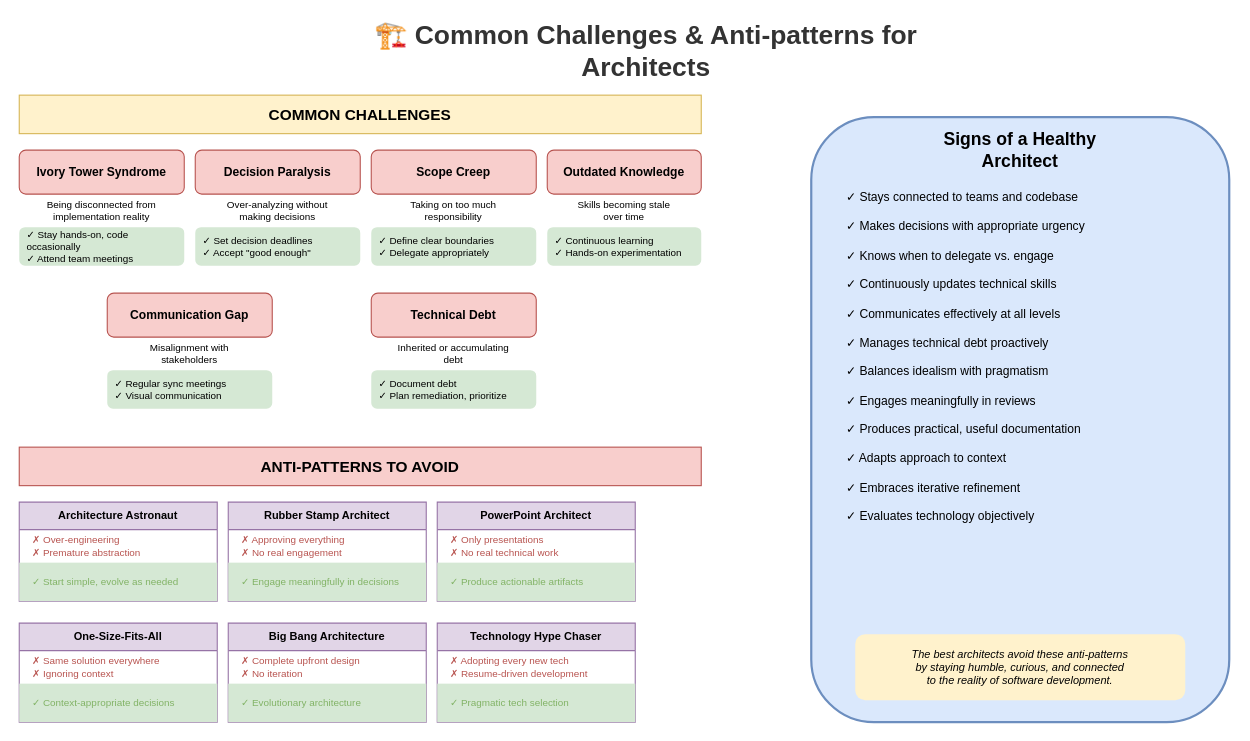
Earlier version of the draw.io diagram lesson-00-software-architect-overview/diagrams/3.1-challenges-antipatterns.drawio (MrParkerZ7/document-lesson-software-architect-x-claude). Source tidied: cells renumbered, new cells numbered last; positions are measured from the earlier drawing's top-left corner, leaving out a move shared by most shapes. Both pictures are drawn from the tidied source at 110%, with x=0, y=0 at pixel (19, 29).
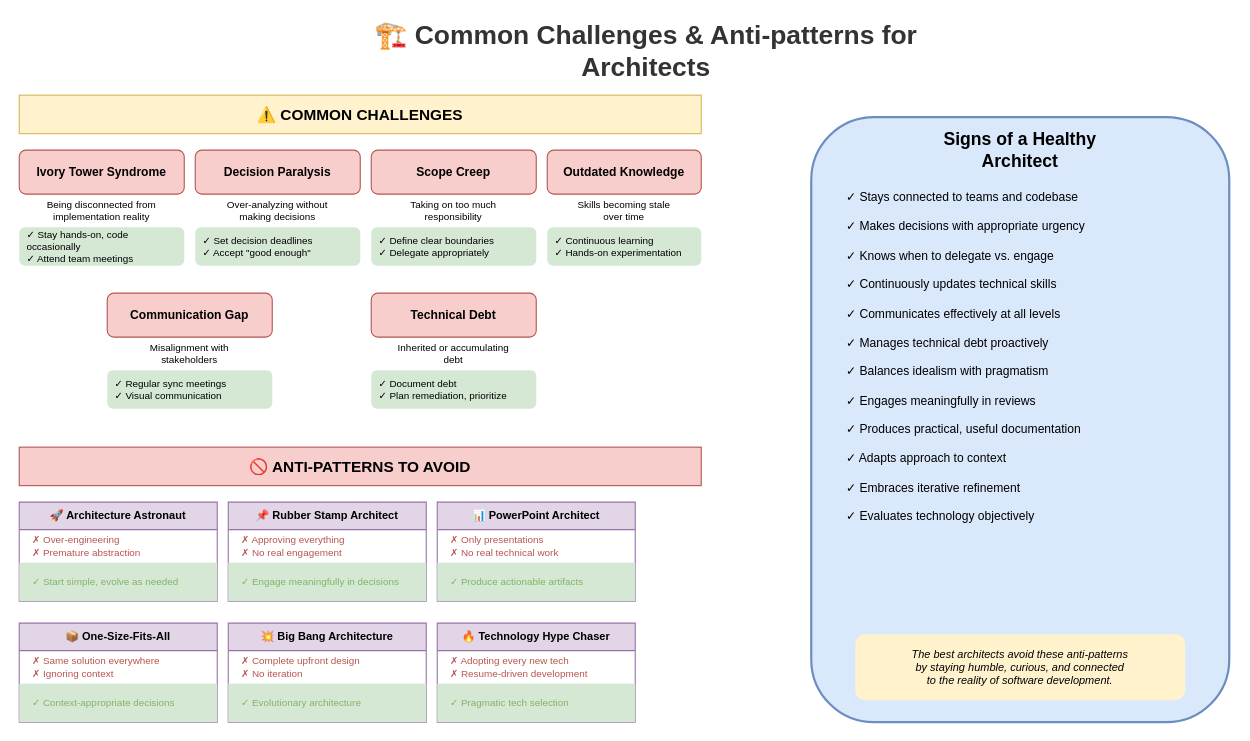
Above is the later version.

What changed in the source:
```diff
@@
-    <mxCell id="3" value="COMMON CHALLENGES" style="rounded=0;whiteSpace=wrap;html=1;fillColor=#fff2cc;strokeColor=#d6b656;fontSize=14;fontStyle=1;" parent="1" vertex="1">
+    <mxCell id="3" value="⚠️ COMMON CHALLENGES" style="rounded=0;whiteSpace=wrap;html=1;fillColor=#fff2cc;strokeColor=#d6b656;fontSize=14;fontStyle=1;" parent="1" vertex="1">
       <mxGeometry y="60" width="620" height="35" as="geometry" />
     </mxCell>
@@
-    <mxCell id="22" value="ANTI-PATTERNS TO AVOID" style="rounded=0;whiteSpace=wrap;html=1;fillColor=#f8cecc;strokeColor=#b85450;fontSize=14;fontStyle=1;" parent="1" vertex="1">
+    <mxCell id="22" value="🚫 ANTI-PATTERNS TO AVOID" style="rounded=0;whiteSpace=wrap;html=1;fillColor=#f8cecc;strokeColor=#b85450;fontSize=14;fontStyle=1;" parent="1" vertex="1">
       <mxGeometry y="380" width="620" height="35" as="geometry" />
     </mxCell>
-    <mxCell id="23" value="Architecture Astronaut" style="swimlane;fontStyle=1;align=center;verticalAlign=top;horizontal=1;startSize=25;fillColor=#e1d5e7;strokeColor=#9673a6;fontSize=10;" parent="1" vertex="1">
+    <mxCell id="23" value="🚀 Architecture Astronaut" style="swimlane;fontStyle=1;align=center;verticalAlign=top;horizontal=1;startSize=25;fillColor=#e1d5e7;strokeColor=#9673a6;fontSize=10;" parent="1" vertex="1">
       <mxGeometry y="430" width="180" height="90" as="geometry" />
     </mxCell>
@@
-    <mxCell id="26" value="Rubber Stamp Architect" style="swimlane;fontStyle=1;align=center;verticalAlign=top;horizontal=1;startSize=25;fillColor=#e1d5e7;strokeColor=#9673a6;fontSize=10;" parent="1" vertex="1">
+    <mxCell id="26" value="📌 Rubber Stamp Architect" style="swimlane;fontStyle=1;align=center;verticalAlign=top;horizontal=1;startSize=25;fillColor=#e1d5e7;strokeColor=#9673a6;fontSize=10;" parent="1" vertex="1">
       <mxGeometry x="190" y="430" width="180" height="90" as="geometry" />
     </mxCell>
@@
-    <mxCell id="29" value="PowerPoint Architect" style="swimlane;fontStyle=1;align=center;verticalAlign=top;horizontal=1;startSize=25;fillColor=#e1d5e7;strokeColor=#9673a6;fontSize=10;" parent="1" vertex="1">
+    <mxCell id="29" value="📊 PowerPoint Architect" style="swimlane;fontStyle=1;align=center;verticalAlign=top;horizontal=1;startSize=25;fillColor=#e1d5e7;strokeColor=#9673a6;fontSize=10;" parent="1" vertex="1">
       <mxGeometry x="380" y="430" width="180" height="90" as="geometry" />
     </mxCell>
@@
-    <mxCell id="32" value="One-Size-Fits-All" style="swimlane;fontStyle=1;align=center;verticalAlign=top;horizontal=1;startSize=25;fillColor=#e1d5e7;strokeColor=#9673a6;fontSize=10;" parent="1" vertex="1">
+    <mxCell id="32" value="📦 One-Size-Fits-All" style="swimlane;fontStyle=1;align=center;verticalAlign=top;horizontal=1;startSize=25;fillColor=#e1d5e7;strokeColor=#9673a6;fontSize=10;" parent="1" vertex="1">
       <mxGeometry y="540" width="180" height="90" as="geometry" />
     </mxCell>
@@
-    <mxCell id="35" value="Big Bang Architecture" style="swimlane;fontStyle=1;align=center;verticalAlign=top;horizontal=1;startSize=25;fillColor=#e1d5e7;strokeColor=#9673a6;fontSize=10;" parent="1" vertex="1">
+    <mxCell id="35" value="💥 Big Bang Architecture" style="swimlane;fontStyle=1;align=center;verticalAlign=top;horizontal=1;startSize=25;fillColor=#e1d5e7;strokeColor=#9673a6;fontSize=10;" parent="1" vertex="1">
       <mxGeometry x="190" y="540" width="180" height="90" as="geometry" />
     </mxCell>
@@
-    <mxCell id="38" value="Technology Hype Chaser" style="swimlane;fontStyle=1;align=center;verticalAlign=top;horizontal=1;startSize=25;fillColor=#e1d5e7;strokeColor=#9673a6;fontSize=10;" parent="1" vertex="1">
+    <mxCell id="38" value="🔥 Technology Hype Chaser" style="swimlane;fontStyle=1;align=center;verticalAlign=top;horizontal=1;startSize=25;fillColor=#e1d5e7;strokeColor=#9673a6;fontSize=10;" parent="1" vertex="1">
       <mxGeometry x="380" y="540" width="180" height="90" as="geometry" />
     </mxCell>
```
